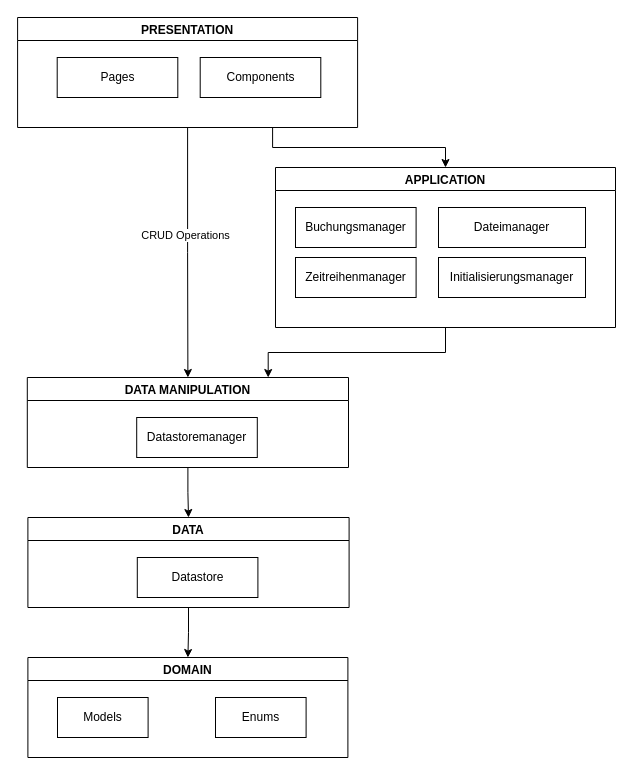
The draw.io diagram design/Architektur.drawio in wunscha/finanzplaner, before the edit. Source tidied: cells renumbered, new cells numbered last; positions are measured from the earlier drawing's top-left corner, leaving out a move shared by most shapes. Both pictures are drawn from the tidied source at 100%, with x=0, y=0 at pixel (17, 17).
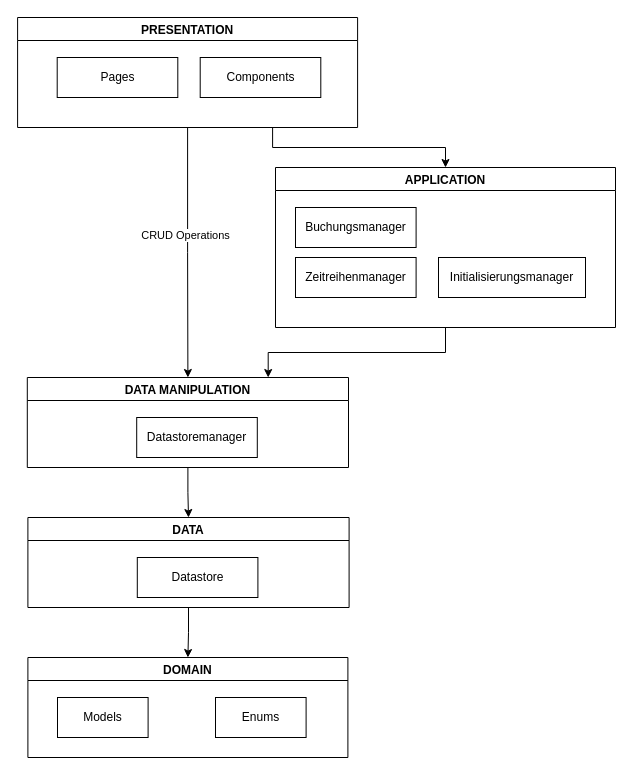
After the change.

Commit message (it also covers changes not shown here):
Diagramme Design

Unchanged cells that the change refers to:
```xml
<mxCell id="12" value="APPLICATION" style="swimlane;" parent="1" vertex="1">
  <mxGeometry x="258" y="150" width="340" height="160" as="geometry" />
</mxCell>
```

What changed in the source:
```diff
@@
-    <mxCell id="15" value="Dateimanager" style="rounded=0;whiteSpace=wrap;html=1;" parent="12" vertex="1">
-      <mxGeometry x="163" y="40" width="147" height="40" as="geometry" />
-    </mxCell>
```
